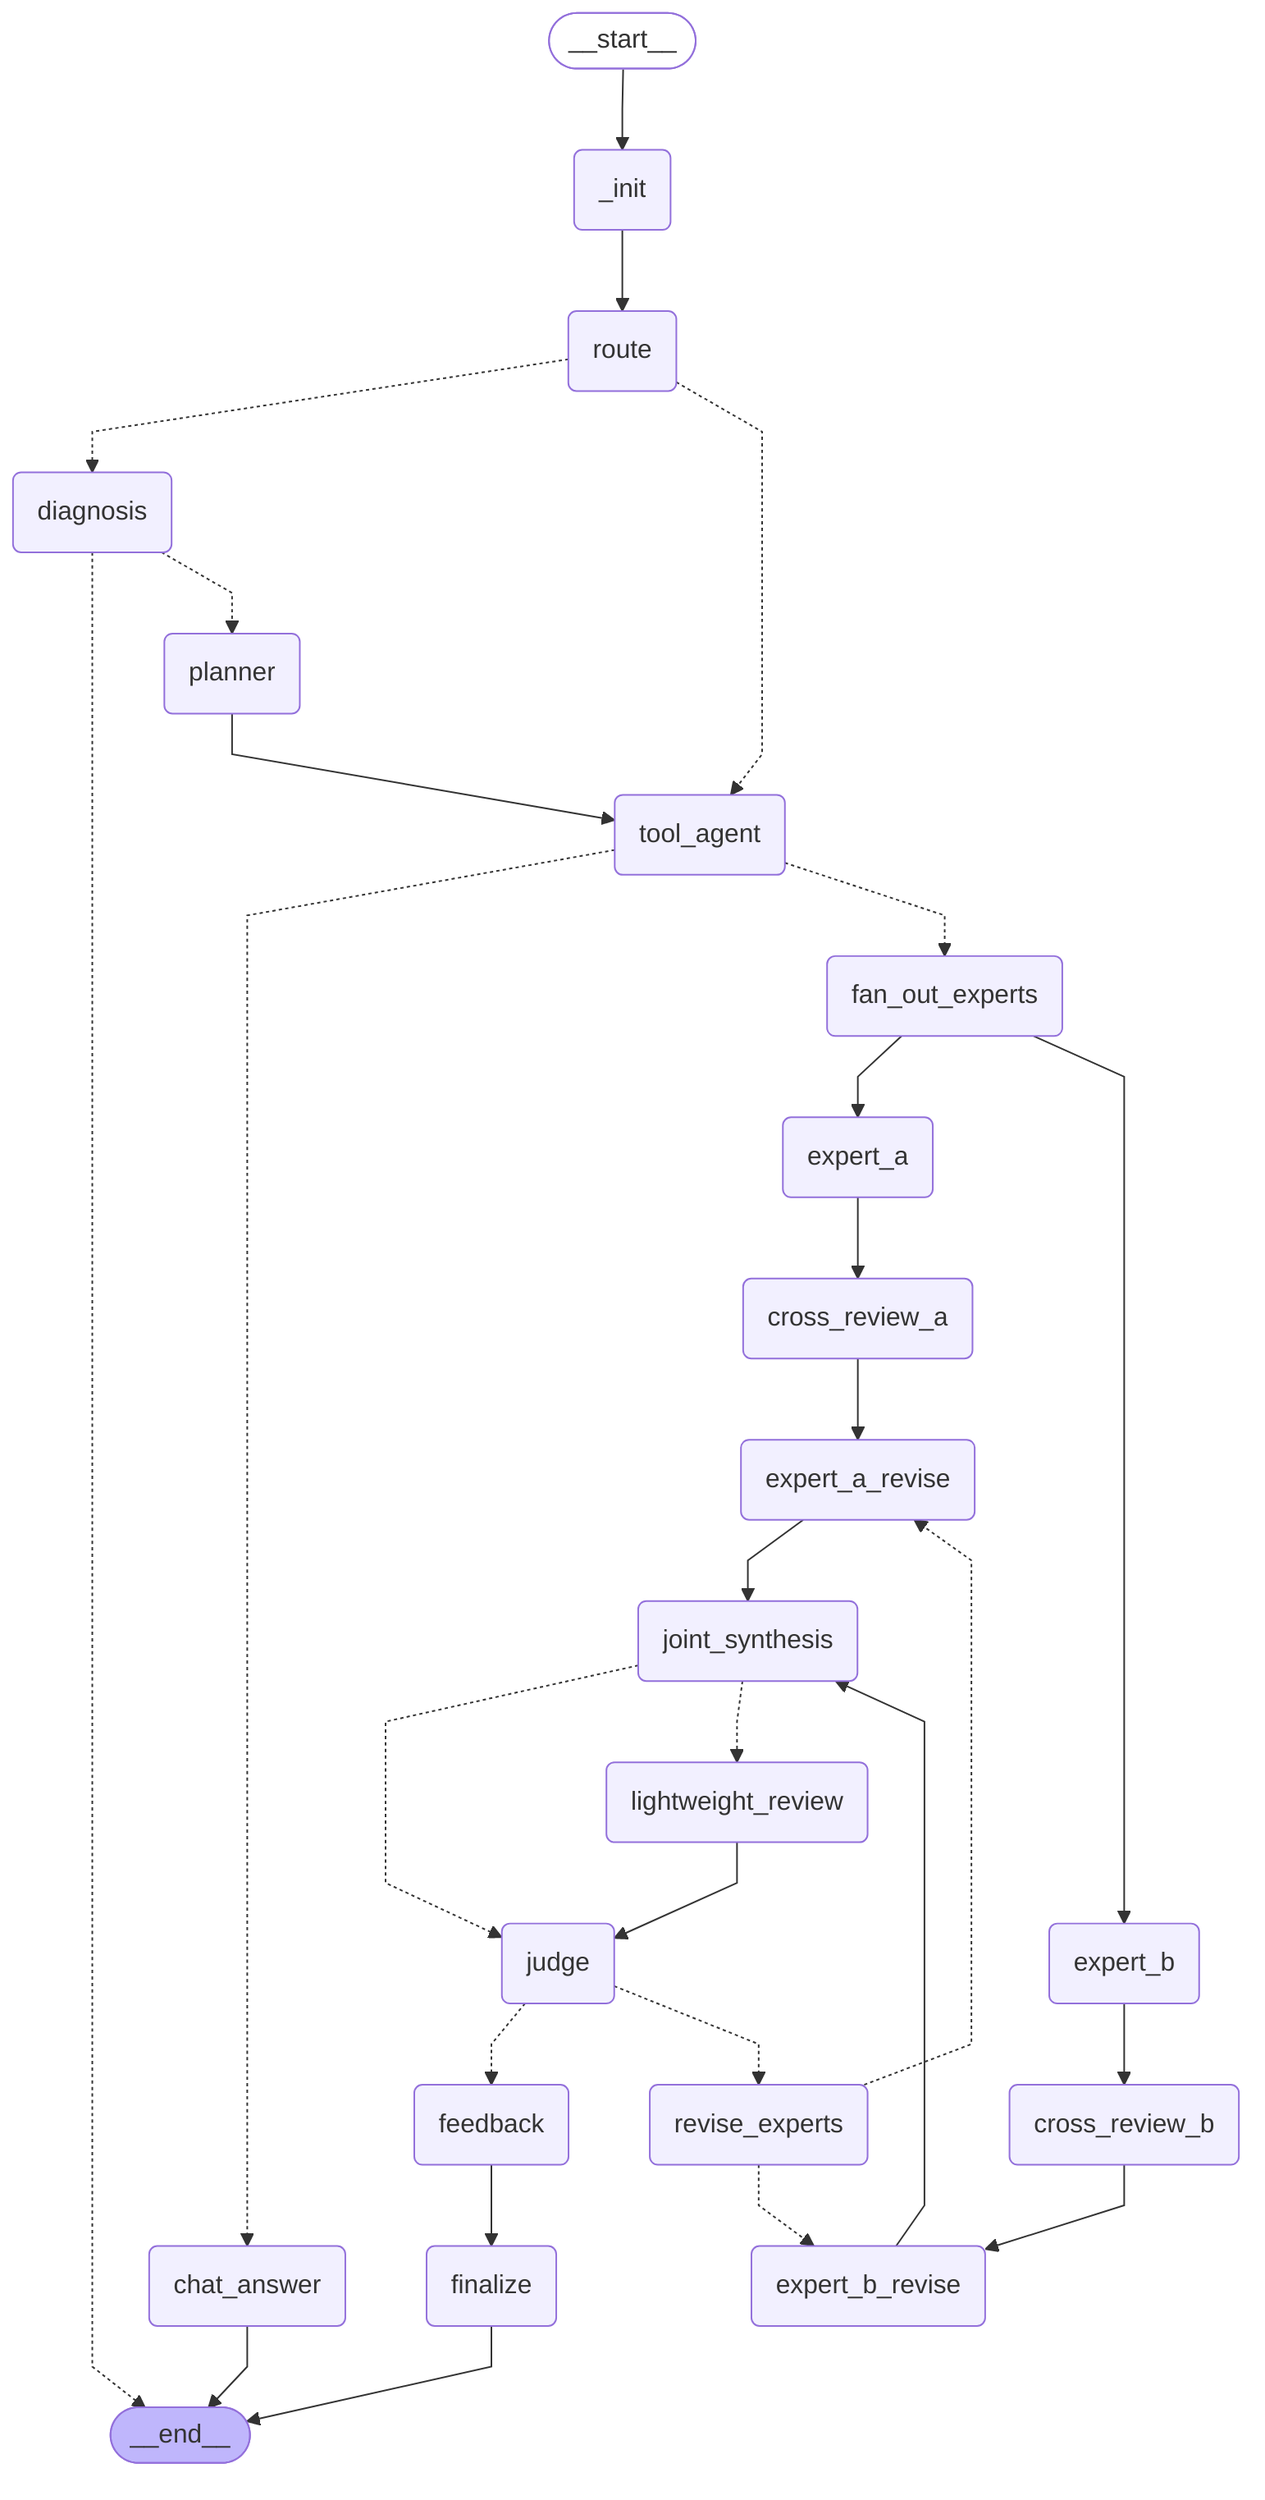
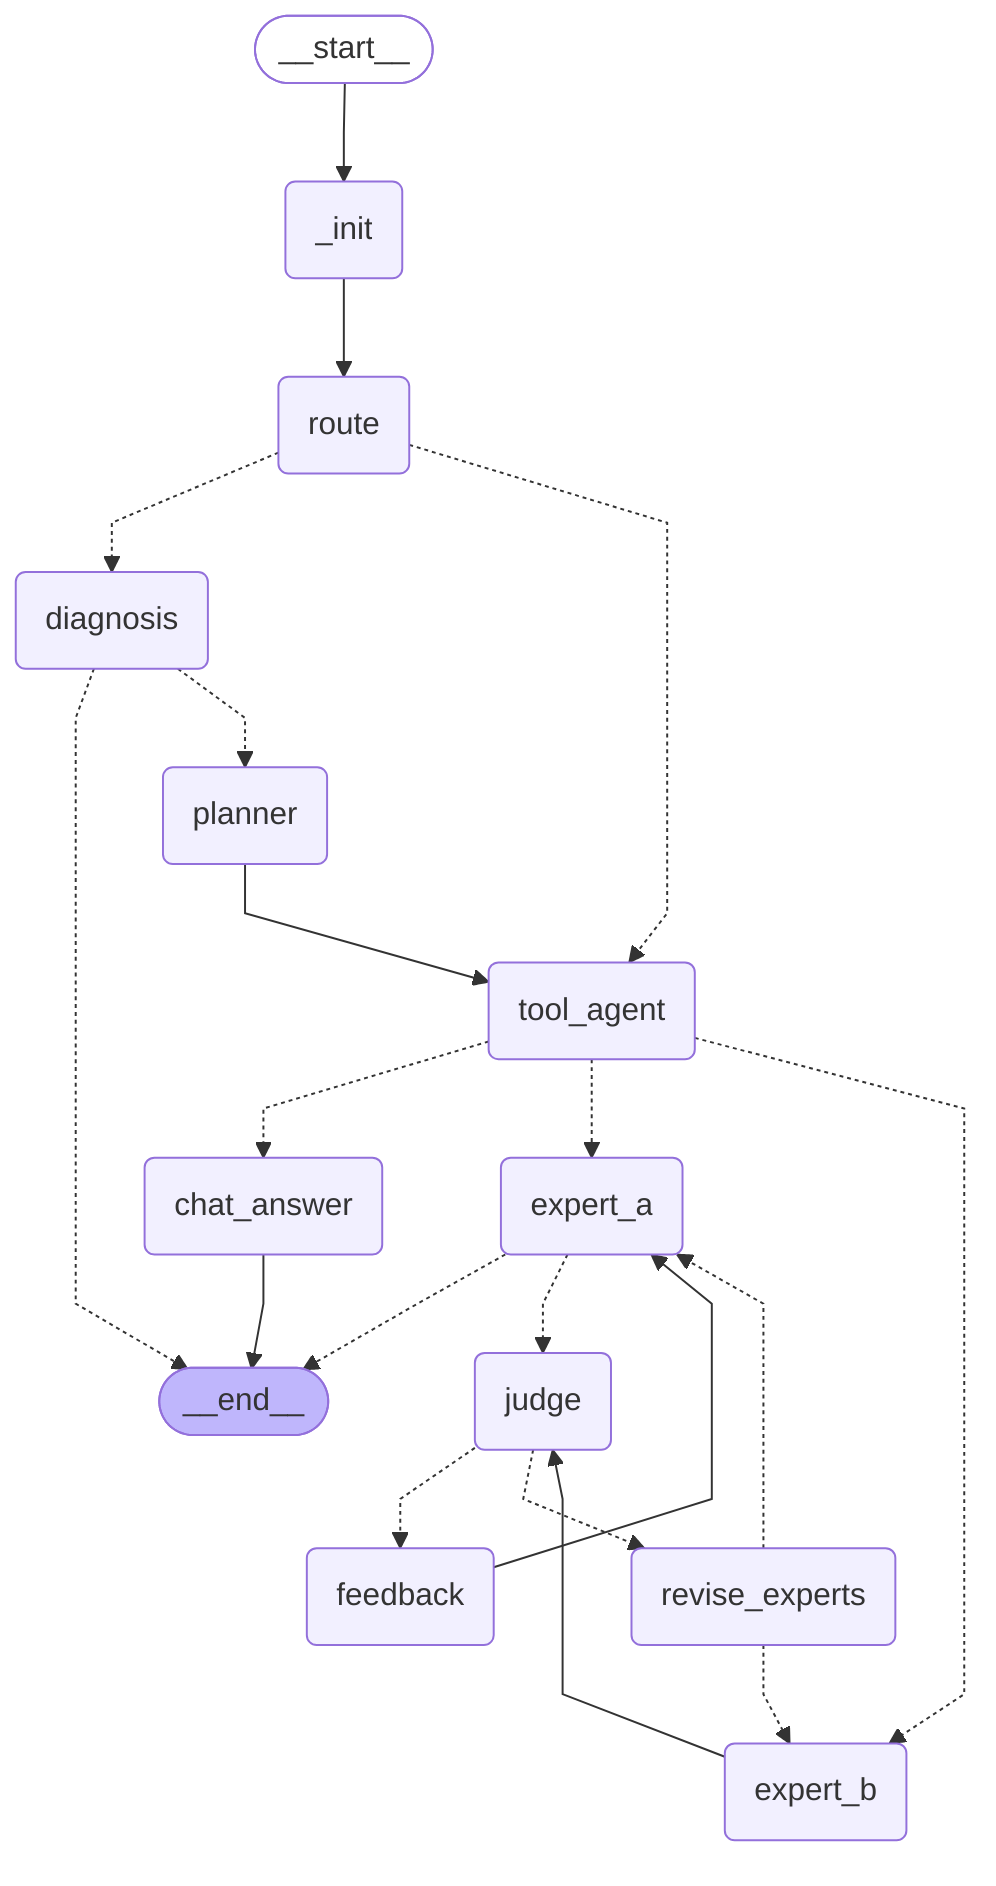
---
config:
  flowchart:
    curve: linear
---
graph TD;
	__start__([<p>__start__</p>]):::first
	_init(_init)
	route(route)
	diagnosis(diagnosis)
	planner(planner)
	tool_agent(tool_agent)
	chat_answer(chat_answer)
- 	fan_out_experts(fan_out_experts)
	expert_a(expert_a)
	expert_b(expert_b)
- 	cross_review_a(cross_review_a)
- 	cross_review_b(cross_review_b)
- 	expert_a_revise(expert_a_revise)
- 	expert_b_revise(expert_b_revise)
- 	joint_synthesis(joint_synthesis)
	judge(judge)
	revise_experts(revise_experts)
- 	lightweight_review(lightweight_review)
	feedback(feedback)
- 	finalize(finalize)
	__end__([<p>__end__</p>]):::last
	__start__ --> _init;
	_init --> route;
- 	cross_review_a --> expert_a_revise;
- 	cross_review_b --> expert_b_revise;
	diagnosis -.-> __end__;
	diagnosis -.-> planner;
- 	expert_a --> cross_review_a;
- 	expert_a_revise --> joint_synthesis;
- 	expert_b --> cross_review_b;
- 	expert_b_revise --> joint_synthesis;
- 	fan_out_experts --> expert_a;
- 	fan_out_experts --> expert_b;
- 	feedback --> finalize;
- 	joint_synthesis -.-> judge;
- 	joint_synthesis -.-> lightweight_review;
+ 	expert_a -.-> __end__;
+ 	expert_a -.-> judge;
+ 	expert_b --> judge;
+ 	feedback --> expert_a;
	judge -.-> feedback;
	judge -.-> revise_experts;
- 	lightweight_review --> judge;
	planner --> tool_agent;
- 	revise_experts -.-> expert_a_revise;
- 	revise_experts -.-> expert_b_revise;
+ 	revise_experts -.-> expert_a;
+ 	revise_experts -.-> expert_b;
	route -.-> diagnosis;
	route -.-> tool_agent;
	tool_agent -.-> chat_answer;
- 	tool_agent -.-> fan_out_experts;
+ 	tool_agent -.-> expert_a;
+ 	tool_agent -.-> expert_b;
	chat_answer --> __end__;
- 	finalize --> __end__;
	classDef default fill:#f2f0ff,line-height:1.2
	classDef first fill-opacity:0
	classDef last fill:#bfb6fc
